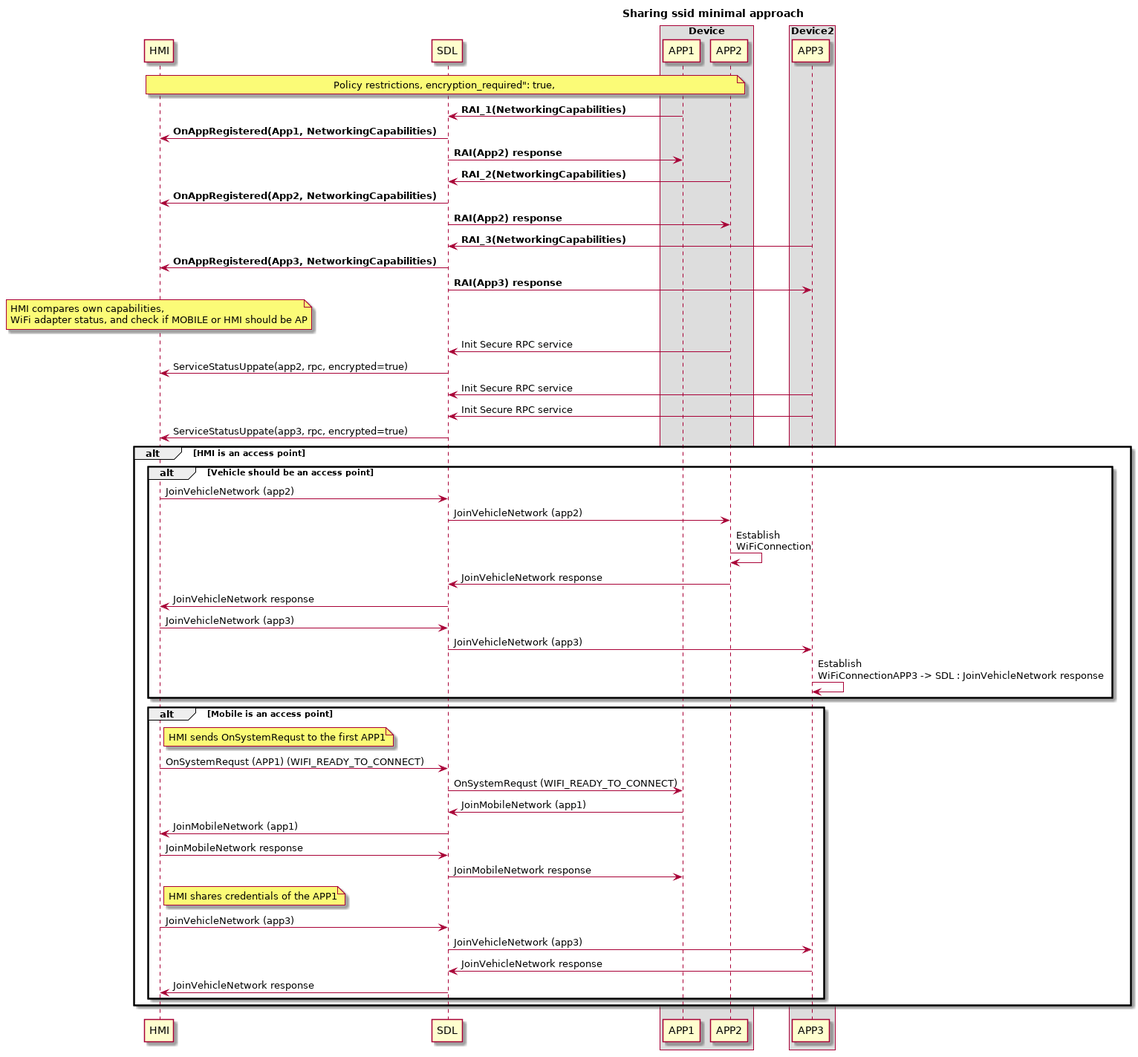
Before: assets/proposals/0245-sharing-wifi-ssid-and-password/minimal_approach.png, a diagram exported from PlantUML (smartdevicelink/sdl_evolution).
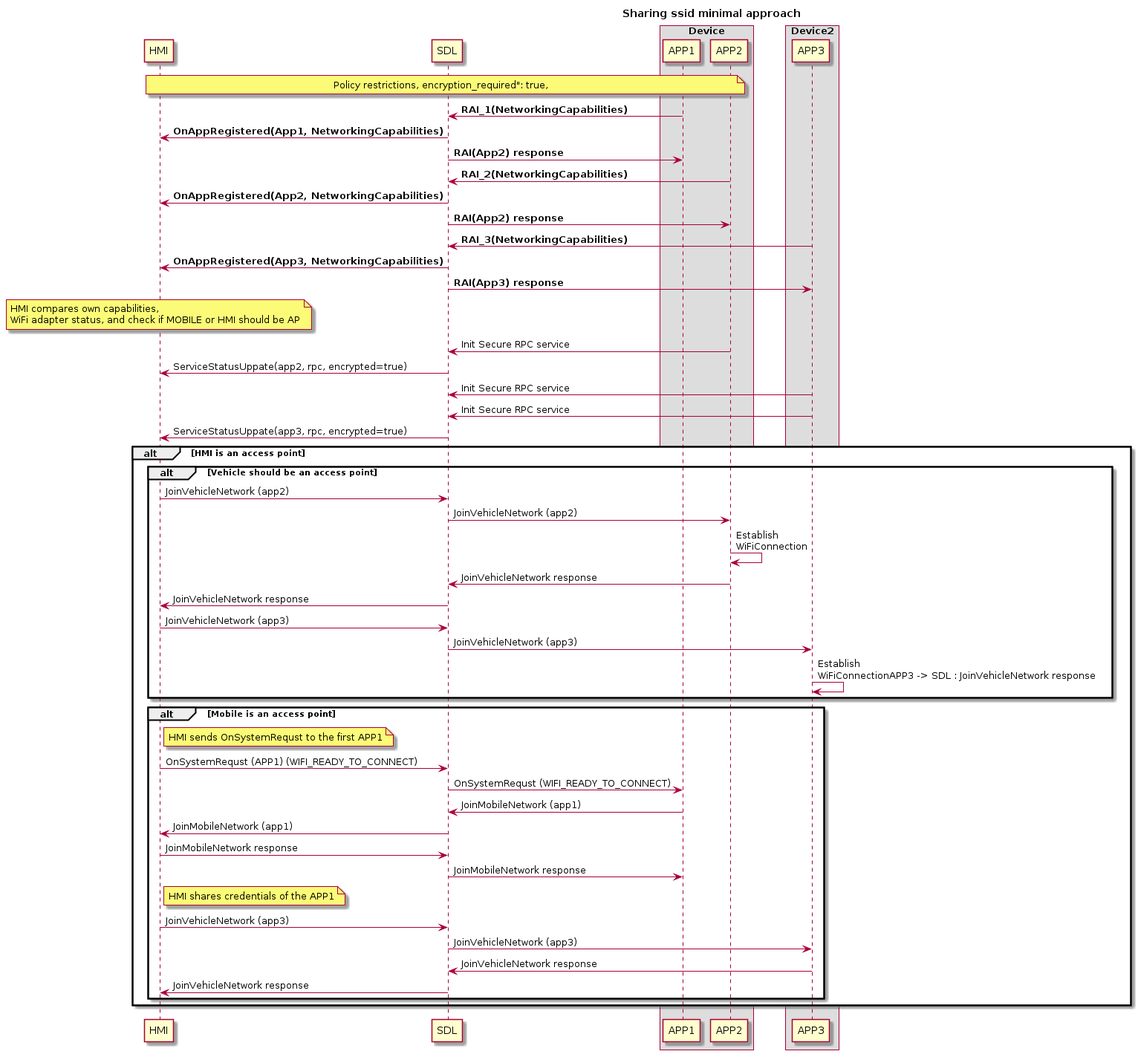
The same file after the commit.

What changed in the source:
```diff
@@ -1,4 +1,4 @@
-@startuml
+@startuml ../assets/proposals/0245-sharing-wifi-ssid-and-password/minimal_approach
 !pragma teoz true
 title Sharing ssid minimal approach
 participant HMI
```
